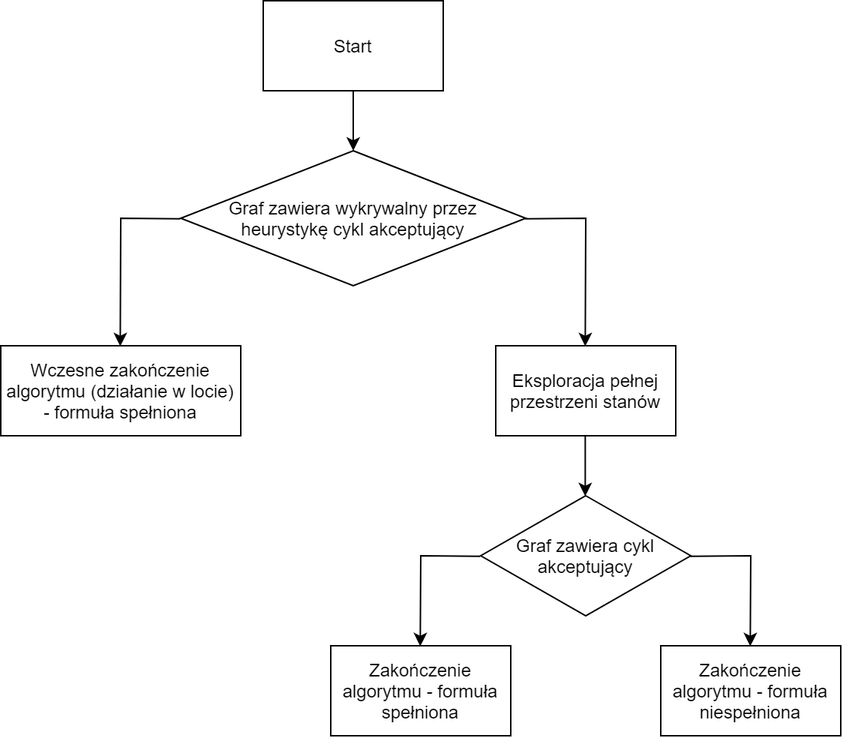
This is img/on-the-fly-diagram.png from wojciechkumon/masters-thesis, a draw.io export, as it was before one commit. Source tidied: cells renumbered, new cells last; positions are measured from the earlier drawing's top-left corner, leaving out a move shared by most shapes.
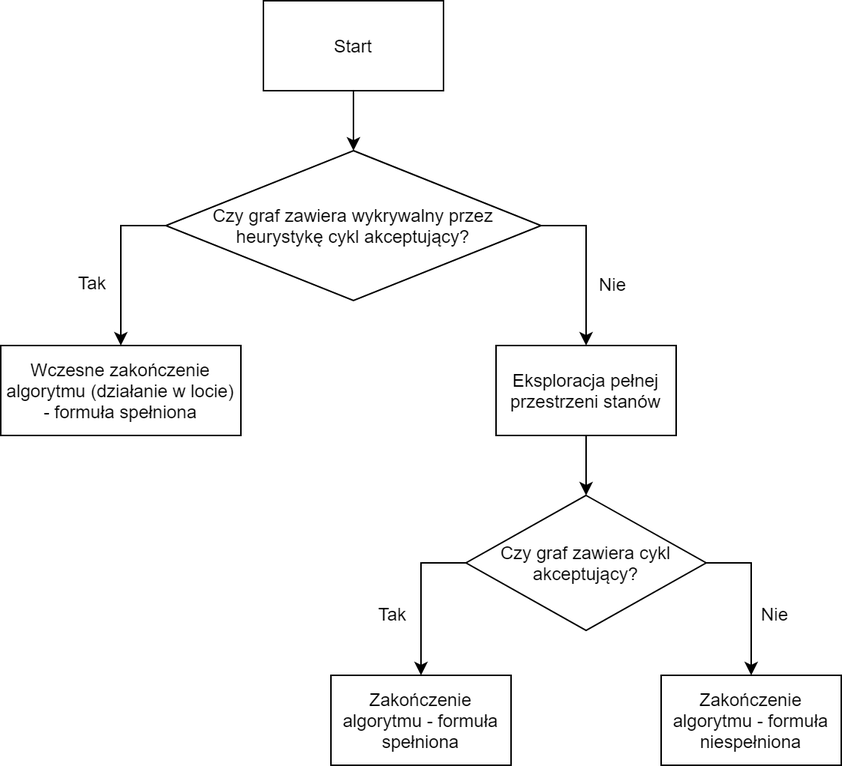
After the change.

Commit message:
Opis działania w locie przez algorytm

Change to the diagram source:
```diff
@@ -5,8 +5,8 @@
     <mxCell id="2" value="Start" style="rounded=0;whiteSpace=wrap;html=1;" parent="1" vertex="1">
       <mxGeometry x="175" width="120" height="60" as="geometry" />
     </mxCell>
-    <mxCell id="3" value="Graf zawiera wykrywalny przez heurystykę cykl akceptujący" style="rhombus;whiteSpace=wrap;html=1;" parent="1" vertex="1">
-      <mxGeometry x="120" y="100" width="230" height="90" as="geometry" />
+    <mxCell id="3" value="Czy graf zawiera wykrywalny przez heurystykę cykl akceptujący?" style="rhombus;whiteSpace=wrap;html=1;" parent="1" vertex="1">
+      <mxGeometry x="110" y="100" width="250" height="100" as="geometry" />
     </mxCell>
     <mxCell id="4" style="endArrow=classic;html=1;" parent="1" edge="1" source="2" target="3">
       <mxGeometry relative="1" as="geometry" />
@@ -17,45 +17,57 @@
     <mxCell id="6" style="endArrow=classic;html=1;rounded=0;entryX=0.5;entryY=0;entryDx=0;entryDy=0;exitX=0;exitY=0.5;exitDx=0;exitDy=0;" parent="1" edge="1" source="3" target="5">
       <mxGeometry relative="1" as="geometry">
         <Array as="points">
-          <mxPoint x="80" y="145" />
+          <mxPoint x="80" y="150" />
         </Array>
       </mxGeometry>
     </mxCell>
     <mxCell id="7" style="endArrow=classic;html=1;exitX=1;exitY=0.5;exitDx=0;exitDy=0;entryX=0.5;entryY=0;entryDx=0;entryDy=0;rounded=0;" parent="1" edge="1" source="3" target="8">
       <mxGeometry relative="1" as="geometry">
         <Array as="points">
-          <mxPoint x="390" y="145" />
+          <mxPoint x="390" y="150" />
         </Array>
       </mxGeometry>
     </mxCell>
     <mxCell id="8" value="Eksploracja pełnej przestrzeni stanów" style="rounded=0;whiteSpace=wrap;html=1;" parent="1" vertex="1">
       <mxGeometry x="330" y="230" width="120" height="60" as="geometry" />
     </mxCell>
-    <mxCell id="9" value="Graf zawiera cykl akceptujący" style="rhombus;whiteSpace=wrap;html=1;" parent="1" vertex="1">
-      <mxGeometry x="320" y="330" width="140" height="80" as="geometry" />
+    <mxCell id="9" value="Czy graf zawiera cykl akceptujący?" style="rhombus;whiteSpace=wrap;html=1;" parent="1" vertex="1">
+      <mxGeometry x="310" y="330" width="160" height="90" as="geometry" />
     </mxCell>
     <mxCell id="10" style="endArrow=classic;html=1;exitX=0.5;exitY=1;exitDx=0;exitDy=0;entryX=0.5;entryY=0;entryDx=0;entryDy=0;" parent="1" edge="1" source="8" target="9">
       <mxGeometry relative="1" as="geometry" />
     </mxCell>
     <mxCell id="11" value="Zakończenie algorytmu - formuła spełniona" style="rounded=0;whiteSpace=wrap;html=1;" parent="1" vertex="1">
-      <mxGeometry x="220" y="430" width="120" height="60" as="geometry" />
+      <mxGeometry x="220" y="450" width="120" height="60" as="geometry" />
     </mxCell>
     <mxCell id="12" value="Zakończenie algorytmu - formuła niespełniona" style="rounded=0;whiteSpace=wrap;html=1;" parent="1" vertex="1">
-      <mxGeometry x="440" y="430" width="120" height="60" as="geometry" />
+      <mxGeometry x="440" y="450" width="120" height="60" as="geometry" />
     </mxCell>
     <mxCell id="13" style="endArrow=classic;html=1;exitX=0;exitY=0.5;exitDx=0;exitDy=0;strokeColor=#000000;rounded=0;entryX=0.5;entryY=0;entryDx=0;entryDy=0;" parent="1" edge="1" source="9" target="11">
       <mxGeometry relative="1" as="geometry">
         <Array as="points">
-          <mxPoint x="280" y="370" />
+          <mxPoint x="280" y="375" />
         </Array>
       </mxGeometry>
     </mxCell>
     <mxCell id="14" style="endArrow=classic;html=1;strokeColor=#000000;rounded=0;exitX=1;exitY=0.5;exitDx=0;exitDy=0;entryX=0.5;entryY=0;entryDx=0;entryDy=0;" parent="1" edge="1" source="9" target="12">
       <mxGeometry relative="1" as="geometry">
         <Array as="points">
-          <mxPoint x="500" y="370" />
+          <mxPoint x="500" y="375" />
         </Array>
       </mxGeometry>
     </mxCell>
+    <mxCell id="15" value="Tak" style="text;html=1;align=left;verticalAlign=top;spacingTop=-4;" parent="1" vertex="1">
+      <mxGeometry x="50" y="179" width="30" height="20" as="geometry" />
+    </mxCell>
+    <mxCell id="16" value="Nie" style="text;html=1;align=left;verticalAlign=top;spacingTop=-4;" parent="1" vertex="1">
+      <mxGeometry x="397" y="180" width="30" height="20" as="geometry" />
+    </mxCell>
+    <mxCell id="17" value="Tak" style="text;html=1;align=left;verticalAlign=top;spacingTop=-4;" parent="1" vertex="1">
+      <mxGeometry x="250" y="400" width="30" height="20" as="geometry" />
+    </mxCell>
+    <mxCell id="18" value="Nie" style="text;html=1;align=left;verticalAlign=top;spacingTop=-4;" parent="1" vertex="1">
+      <mxGeometry x="505" y="400" width="30" height="20" as="geometry" />
+    </mxCell>
   </root>
 </mxGraphModel>
```
